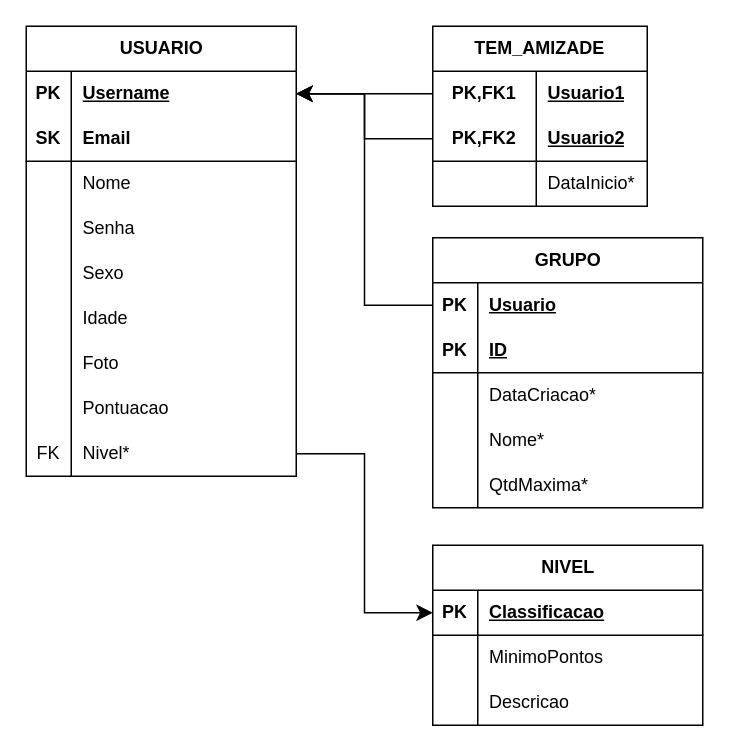
Earlier version of the draw.io diagram page "Diagrama relacional" (2 of 2) of Dauphin.drawio (ikuyorih9/Dauphin). Source tidied: cells renumbered, new cells numbered last; positions are measured from the earlier drawing's top-left corner, leaving out a move shared by most shapes. Both pictures are drawn from the tidied source at 150%, with x=0, y=0 at pixel (26, 26).
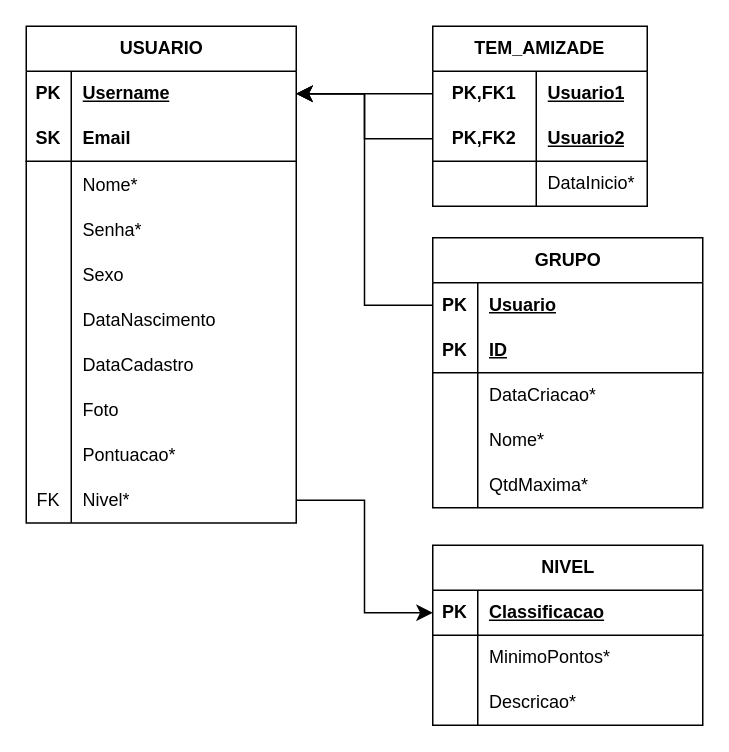
Above is the later version.

The change refers to these unchanged cells:
```xml
<mxCell id="46" style="shape=tableRow;horizontal=0;startSize=0;swimlaneHead=0;swimlaneBody=0;fillColor=none;top=0;left=0;right=0;bottom=0;" parent="42" vertex="1">
  <mxGeometry y="60" width="180" height="30" as="geometry" />
</mxCell>
<mxCell id="49" style="shape=tableRow;horizontal=0;startSize=0;swimlaneHead=0;swimlaneBody=0;fillColor=none;top=0;left=0;right=0;bottom=0;" parent="42" vertex="1">
  <mxGeometry y="90" width="180" height="30" as="geometry" />
</mxCell>
```

Change to the diagram source:
```diff
@@
     <mxCell id="2" value="USUARIO" style="shape=table;startSize=30;childLayout=tableLayout;rowLines=0;fontStyle=1;align=center;html=1;" parent="1" vertex="1">
-      <mxGeometry width="180" height="300" as="geometry" />
+      <mxGeometry width="180" height="331.2" as="geometry" />
     </mxCell>
@@
     <mxCell id="9" style="shape=tableRow;horizontal=0;startSize=0;swimlaneHead=0;swimlaneBody=0;fillColor=none;top=0;left=0;right=0;bottom=0;" parent="2" vertex="1">
-      <mxGeometry y="90" width="180" height="30" as="geometry" />
+      <mxGeometry y="90" width="180" height="31" as="geometry" />
     </mxCell>
     <mxCell id="10" style="shape=partialRectangle;fillColor=none;top=0;left=0;bottom=0;right=0;overflow=hidden;whiteSpace=wrap;html=1;" parent="9" vertex="1">
-      <mxGeometry width="30" height="30" as="geometry" />
+      <mxGeometry width="30" height="31" as="geometry" />
     </mxCell>
-    <mxCell id="11" value="Nome" style="shape=partialRectangle;fillColor=none;top=0;left=0;bottom=0;right=0;align=left;spacingLeft=6;overflow=hidden;whiteSpace=wrap;html=1;" parent="9" vertex="1">
-      <mxGeometry x="30" width="150" height="30" as="geometry" />
+    <mxCell id="11" value="Nome*" style="shape=partialRectangle;fillColor=none;top=0;left=0;bottom=0;right=0;align=left;spacingLeft=6;overflow=hidden;whiteSpace=wrap;html=1;" parent="9" vertex="1">
+      <mxGeometry x="30" width="150" height="31" as="geometry" />
     </mxCell>
     <mxCell id="12" style="shape=tableRow;horizontal=0;startSize=0;swimlaneHead=0;swimlaneBody=0;fillColor=none;top=0;left=0;right=0;bottom=0;" parent="2" vertex="1">
-      <mxGeometry y="120" width="180" height="30" as="geometry" />
+      <mxGeometry y="121" width="180" height="30" as="geometry" />
     </mxCell>
@@
-    <mxCell id="14" value="Senha" style="shape=partialRectangle;fillColor=none;top=0;left=0;bottom=0;right=0;align=left;spacingLeft=6;overflow=hidden;whiteSpace=wrap;html=1;" parent="12" vertex="1">
+    <mxCell id="14" value="Senha*" style="shape=partialRectangle;fillColor=none;top=0;left=0;bottom=0;right=0;align=left;spacingLeft=6;overflow=hidden;whiteSpace=wrap;html=1;" parent="12" vertex="1">
       <mxGeometry x="30" width="150" height="30" as="geometry" />
     </mxCell>
     <mxCell id="15" style="shape=tableRow;horizontal=0;startSize=0;swimlaneHead=0;swimlaneBody=0;fillColor=none;top=0;left=0;right=0;bottom=0;" parent="2" vertex="1">
-      <mxGeometry y="150" width="180" height="30" as="geometry" />
+      <mxGeometry y="151" width="180" height="30" as="geometry" />
     </mxCell>
@@
     <mxCell id="18" style="shape=tableRow;horizontal=0;startSize=0;swimlaneHead=0;swimlaneBody=0;fillColor=none;top=0;left=0;right=0;bottom=0;" parent="2" vertex="1">
-      <mxGeometry y="180" width="180" height="30" as="geometry" />
+      <mxGeometry y="181" width="180" height="30" as="geometry" />
     </mxCell>
@@
-    <mxCell id="20" value="Idade" style="shape=partialRectangle;fillColor=none;top=0;left=0;bottom=0;right=0;align=left;spacingLeft=6;overflow=hidden;whiteSpace=wrap;html=1;" parent="18" vertex="1">
+    <mxCell id="20" value="DataNascimento" style="shape=partialRectangle;fillColor=none;top=0;left=0;bottom=0;right=0;align=left;spacingLeft=6;overflow=hidden;whiteSpace=wrap;html=1;" parent="18" vertex="1">
       <mxGeometry x="30" width="150" height="30" as="geometry" />
     </mxCell>
+    <mxCell id="70" style="shape=tableRow;horizontal=0;startSize=0;swimlaneHead=0;swimlaneBody=0;fillColor=none;top=0;left=0;right=0;bottom=0;" parent="2" vertex="1">
+      <mxGeometry y="211" width="180" height="30" as="geometry" />
+    </mxCell>
+    <mxCell id="71" style="shape=partialRectangle;fillColor=none;top=0;left=0;bottom=0;right=0;overflow=hidden;whiteSpace=wrap;html=1;" parent="70" vertex="1">
+      <mxGeometry width="30" height="30" as="geometry" />
+    </mxCell>
+    <mxCell id="72" value="DataCadastro" style="shape=partialRectangle;fillColor=none;top=0;left=0;bottom=0;right=0;align=left;spacingLeft=6;overflow=hidden;whiteSpace=wrap;html=1;" parent="70" vertex="1">
+      <mxGeometry x="30" width="150" height="30" as="geometry" />
+    </mxCell>
     <mxCell id="21" style="shape=tableRow;horizontal=0;startSize=0;swimlaneHead=0;swimlaneBody=0;fillColor=none;top=0;left=0;right=0;bottom=0;" parent="2" vertex="1">
-      <mxGeometry y="210" width="180" height="30" as="geometry" />
+      <mxGeometry y="241" width="180" height="30" as="geometry" />
     </mxCell>
@@
     <mxCell id="24" style="shape=tableRow;horizontal=0;startSize=0;swimlaneHead=0;swimlaneBody=0;fillColor=none;top=0;left=0;right=0;bottom=0;" parent="2" vertex="1">
-      <mxGeometry y="240" width="180" height="30" as="geometry" />
+      <mxGeometry y="271" width="180" height="30" as="geometry" />
     </mxCell>
@@
-    <mxCell id="26" value="Pontuacao" style="shape=partialRectangle;fillColor=none;top=0;left=0;bottom=0;right=0;align=left;spacingLeft=6;overflow=hidden;whiteSpace=wrap;html=1;" parent="24" vertex="1">
+    <mxCell id="26" value="Pontuacao*" style="shape=partialRectangle;fillColor=none;top=0;left=0;bottom=0;right=0;align=left;spacingLeft=6;overflow=hidden;whiteSpace=wrap;html=1;" parent="24" vertex="1">
       <mxGeometry x="30" width="150" height="30" as="geometry" />
     </mxCell>
     <mxCell id="27" style="shape=tableRow;horizontal=0;startSize=0;swimlaneHead=0;swimlaneBody=0;fillColor=none;points=[[0,0.5],[1,0.5]];portConstraint=eastwest;top=0;left=0;right=0;bottom=0;" parent="2" vertex="1">
-      <mxGeometry y="270" width="180" height="30" as="geometry" />
+      <mxGeometry y="301" width="180" height="30" as="geometry" />
     </mxCell>
@@
-    <mxCell id="48" value="MinimoPontos" style="shape=partialRectangle;fillColor=none;top=0;left=0;bottom=0;right=0;align=left;spacingLeft=6;overflow=hidden;whiteSpace=wrap;html=1;" parent="46" vertex="1">
+    <mxCell id="48" value="MinimoPontos*" style="shape=partialRectangle;fillColor=none;top=0;left=0;bottom=0;right=0;align=left;spacingLeft=6;overflow=hidden;whiteSpace=wrap;html=1;" parent="46" vertex="1">
       <mxGeometry x="30" width="150" height="30" as="geometry" />
     </mxCell>
@@
-    <mxCell id="51" value="Descricao" style="shape=partialRectangle;fillColor=none;top=0;left=0;bottom=0;right=0;align=left;spacingLeft=6;overflow=hidden;whiteSpace=wrap;html=1;" parent="49" vertex="1">
+    <mxCell id="51" value="Descricao*" style="shape=partialRectangle;fillColor=none;top=0;left=0;bottom=0;right=0;align=left;spacingLeft=6;overflow=hidden;whiteSpace=wrap;html=1;" parent="49" vertex="1">
       <mxGeometry x="30" width="150" height="30" as="geometry" />
     </mxCell>
```
